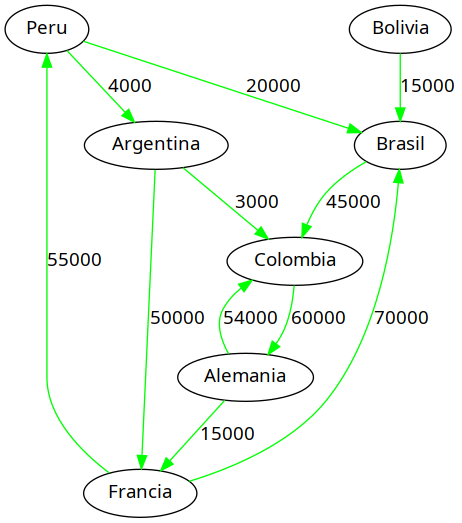
Before: Grafos/Grafo.png, a diagram exported from Graphviz (gonzalocaira/AED). Its source is kept beside it as Grafos/Grafo.dot.
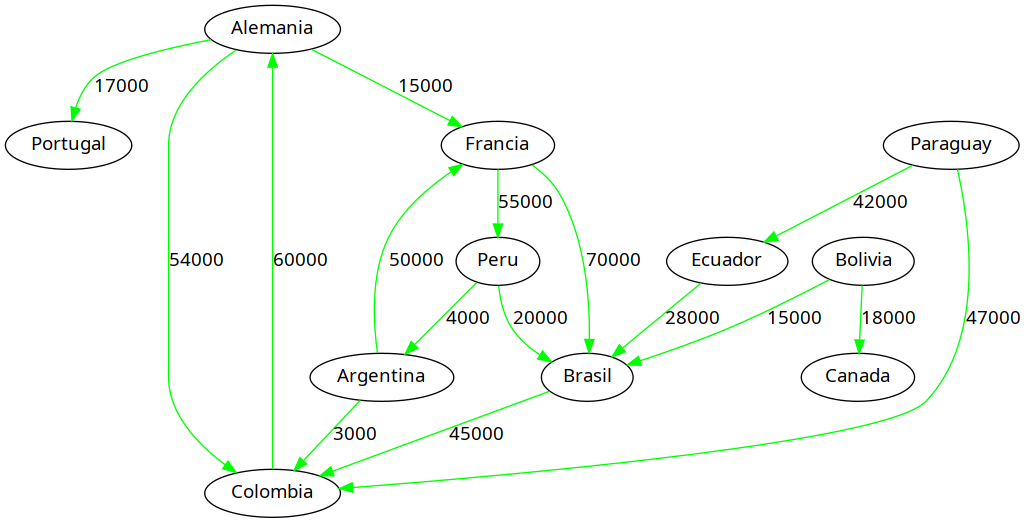
Later version of the same file.

The edit, as a diff of the source:
```diff
@@ -1,20 +1,29 @@
 digraph Grafo {
+Portugal[label="Portugal"]
 Peru[label="Peru"]
+Paraguay[label="Paraguay"]
 Francia[label="Francia"]
+Ecuador[label="Ecuador"]
 Colombia[label="Colombia"]
+Canada[label="Canada"]
 Brasil[label="Brasil"]
 Bolivia[label="Bolivia"]
 Argentina[label="Argentina"]
 Alemania[label="Alemania"]
  Peru -> Argentina[label="4000",weight="4000" color="green"]
  Peru -> Brasil[label="20000",weight="20000" color="green"]
+ Paraguay -> Ecuador[label="42000",weight="42000" color="green"]
+ Paraguay -> Colombia[label="47000",weight="47000" color="green"]
  Francia -> Peru[label="55000",weight="55000" color="green"]
  Francia -> Brasil[label="70000",weight="70000" color="green"]
+ Ecuador -> Brasil[label="28000",weight="28000" color="green"]
  Colombia -> Alemania[label="60000",weight="60000" color="green"]
  Brasil -> Colombia[label="45000",weight="45000" color="green"]
  Bolivia -> Brasil[label="15000",weight="15000" color="green"]
+ Bolivia -> Canada[label="18000",weight="18000" color="green"]
  Argentina -> Colombia[label="3000",weight="3000" color="green"]
  Argentina -> Francia[label="50000",weight="50000" color="green"]
  Alemania -> Francia[label="15000",weight="15000" color="green"]
+ Alemania -> Portugal[label="17000",weight="17000" color="green"]
  Alemania -> Colombia[label="54000",weight="54000" color="green"]
 }
```
